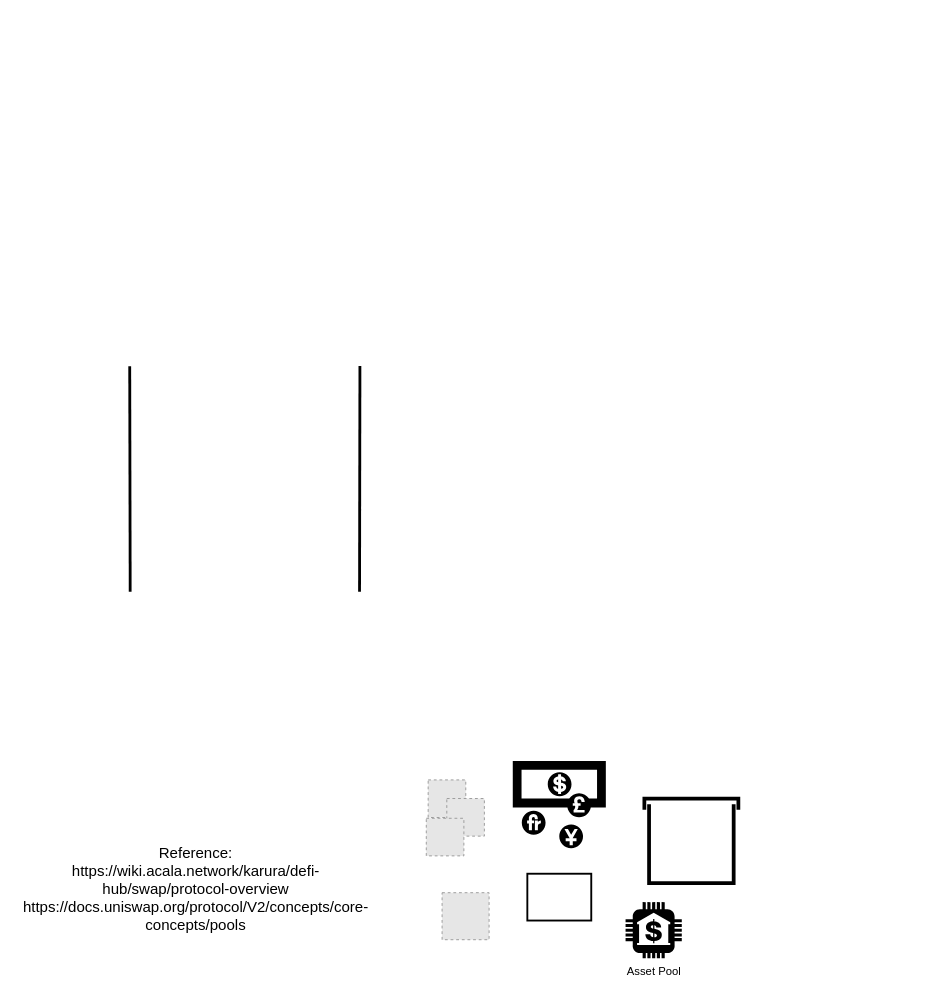
xujiahuayz/bondingcurves keeps this draw.io diagram as page "Page-1" (1 of 2) of assets/AMM mechanism.drawio. Above is the earlier version. Source tidied: cells renumbered, new cells numbered last; positions are measured from the earlier drawing's top-left corner, leaving out a move shared by most shapes. Both pictures are drawn from the tidied source at 94%, with x=0, y=0 at pixel (106, 366). Pictures stored in the file or linked from it are replaced by grey dashed boxes.
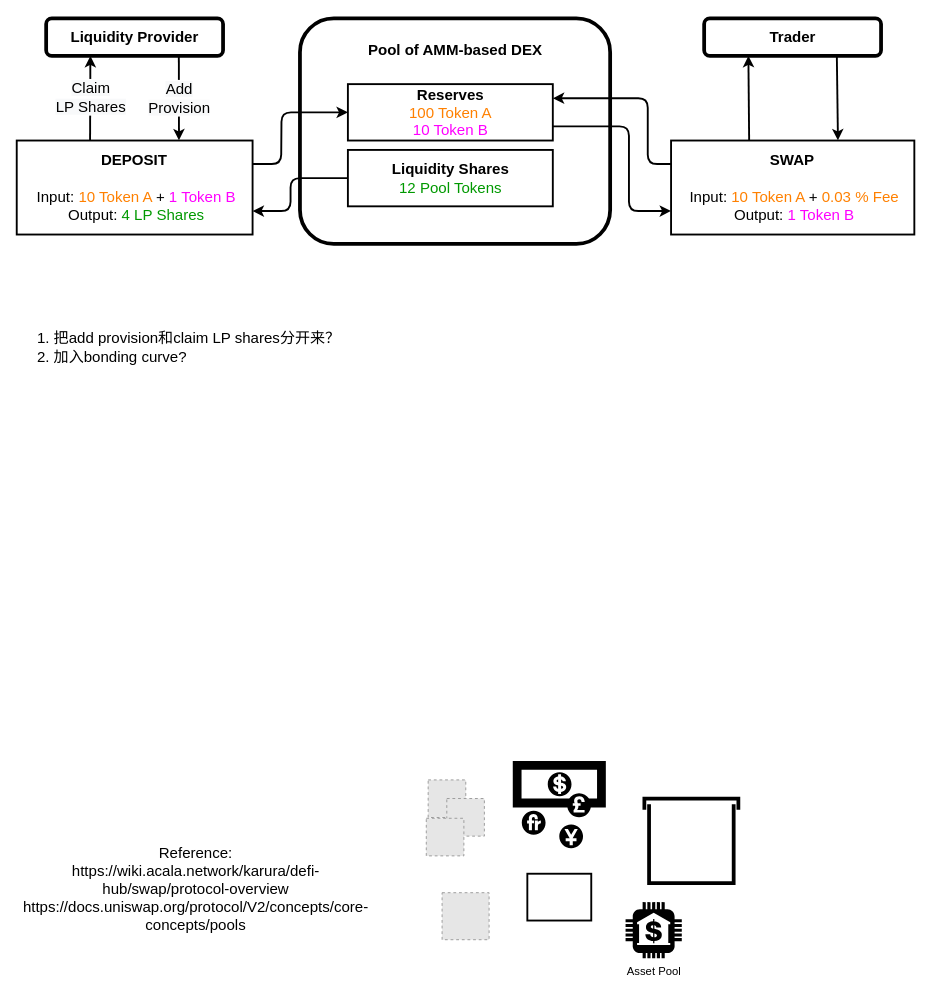
The same diagram, later.

The edit, as a diff of the source:
```diff
@@
-    <mxCell id="4" style="endArrow=none;html=1;rounded=0;strokeWidth=3;" parent="1" edge="1">
-      <mxGeometry relative="1" as="geometry">
-        <mxPoint x="25" y="240" as="sourcePoint" />
-        <mxPoint x="24.5" as="targetPoint" />
-      </mxGeometry>
-    </mxCell>
-    <mxCell id="5" style="endArrow=none;html=1;rounded=0;strokeWidth=3;" parent="1" edge="1">
-      <mxGeometry relative="1" as="geometry">
-        <mxPoint x="269" y="240" as="sourcePoint" />
-        <mxPoint x="269.4" y="-0.2" as="targetPoint" />
-      </mxGeometry>
-    </mxCell>
@@
+    <mxCell id="13" value="&lt;b&gt;Liquidity Provider&lt;/b&gt;" style="rounded=1;whiteSpace=wrap;html=1;shadow=0;fontSize=16;strokeWidth=4;fillColor=none;gradientColor=none;" parent="1" vertex="1">
+      <mxGeometry x="-64.4" y="-370" width="188.2" height="40" as="geometry" />
+    </mxCell>
+    <mxCell id="14" value="&lt;b&gt;Trader&lt;/b&gt;" style="rounded=1;whiteSpace=wrap;html=1;shadow=0;fontSize=16;strokeWidth=4;fillColor=none;gradientColor=none;" parent="1" vertex="1">
+      <mxGeometry x="635.6" y="-370" width="188.2" height="40" as="geometry" />
+    </mxCell>
+    <mxCell id="15" value="&lt;div&gt;&lt;b&gt;Pool of AMM-based DEX&lt;/b&gt;&lt;/div&gt;&lt;div&gt;&lt;b&gt;&lt;br&gt;&lt;/b&gt;&lt;/div&gt;&lt;div&gt;&lt;b&gt;&lt;br&gt;&lt;/b&gt;&lt;/div&gt;&lt;div&gt;&lt;b&gt;&lt;br&gt;&lt;/b&gt;&lt;/div&gt;&lt;div&gt;&lt;b&gt;&lt;br&gt;&lt;/b&gt;&lt;/div&gt;&lt;div&gt;&lt;b&gt;&lt;br&gt;&lt;/b&gt;&lt;/div&gt;&lt;div&gt;&lt;b&gt;&lt;br&gt;&lt;/b&gt;&lt;/div&gt;&lt;div&gt;&lt;b&gt;&lt;br&gt;&lt;/b&gt;&lt;/div&gt;&lt;div&gt;&lt;b&gt;&lt;br&gt;&lt;/b&gt;&lt;/div&gt;&lt;div&gt;&lt;br&gt;&lt;/div&gt;" style="rounded=1;whiteSpace=wrap;html=1;shadow=0;fontSize=16;strokeWidth=4;fillColor=none;gradientColor=none;align=center;" parent="1" vertex="1">
+      <mxGeometry x="205.6" y="-370" width="330" height="240" as="geometry" />
+    </mxCell>
+    <mxCell id="16" value="&lt;div&gt;&lt;b&gt;DEPOSIT&lt;/b&gt;&lt;/div&gt;&lt;div&gt;&lt;br&gt;&lt;/div&gt;&lt;span style=&quot;text-align: left&quot;&gt;&amp;nbsp;Input: &lt;font color=&quot;#ff8000&quot;&gt;10 Token A&lt;/font&gt;&lt;font color=&quot;#cc6600&quot;&gt; &lt;/font&gt;+ &lt;font color=&quot;#ff00ff&quot;&gt;1 Token B&lt;/font&gt;&lt;/span&gt;&lt;br style=&quot;text-align: left&quot;&gt;&lt;span style=&quot;text-align: left&quot;&gt;&amp;nbsp;Output: &lt;font color=&quot;#009900&quot;&gt;4 LP Shares&lt;/font&gt;&lt;/span&gt;" style="rounded=0;whiteSpace=wrap;html=1;shadow=0;fontSize=16;strokeWidth=2;fillColor=none;gradientColor=none;" parent="1" vertex="1">
+      <mxGeometry x="-95.7" y="-240" width="250.9" height="100" as="geometry" />
+    </mxCell>
+    <mxCell id="17" value="&lt;div&gt;&lt;b&gt;SWAP&lt;/b&gt;&lt;/div&gt;&lt;div&gt;&lt;br&gt;&lt;/div&gt;&lt;span style=&quot;text-align: left&quot;&gt;&amp;nbsp;Input: &lt;font color=&quot;#ff8000&quot;&gt;10 Token A&lt;/font&gt; + &lt;font color=&quot;#ff8000&quot;&gt;0.03 % Fee&lt;/font&gt;&lt;/span&gt;&lt;br style=&quot;text-align: left&quot;&gt;&lt;span style=&quot;text-align: left&quot;&gt;&amp;nbsp;Output: &lt;font color=&quot;#ff00ff&quot;&gt;1 Token B&lt;/font&gt;&lt;/span&gt;" style="rounded=0;whiteSpace=wrap;html=1;shadow=0;fontSize=16;strokeWidth=2;fillColor=none;gradientColor=none;" parent="1" vertex="1">
+      <mxGeometry x="600.4" y="-240" width="258.8" height="100" as="geometry" />
+    </mxCell>
+    <mxCell id="18" value="&lt;b&gt;Reserves&lt;/b&gt;&lt;br&gt;&lt;font color=&quot;#ff8000&quot;&gt;100 Token A&lt;/font&gt;&lt;br&gt;&lt;font color=&quot;#ff00ff&quot;&gt;10 Token B&lt;/font&gt;" style="rounded=0;whiteSpace=wrap;html=1;shadow=0;fontSize=16;strokeWidth=2;fillColor=none;gradientColor=none;" parent="1" vertex="1">
+      <mxGeometry x="256.6" y="-300" width="218" height="60" as="geometry" />
+    </mxCell>
+    <mxCell id="19" value="&lt;b&gt;Liquidity Shares&lt;/b&gt;&lt;br&gt;&lt;font color=&quot;#009900&quot;&gt;12 Pool Tokens&lt;/font&gt;" style="rounded=0;whiteSpace=wrap;html=1;shadow=0;fontSize=16;strokeWidth=2;fillColor=none;gradientColor=none;" parent="1" vertex="1">
+      <mxGeometry x="256.6" y="-230" width="218" height="60" as="geometry" />
+    </mxCell>
+    <mxCell id="20" style="endArrow=classic;html=1;rounded=0;fontSize=16;strokeWidth=2;entryX=0.25;entryY=1;entryDx=0;entryDy=0;exitX=0.321;exitY=-0.002;exitDx=0;exitDy=0;exitPerimeter=0;" parent="1" edge="1" source="17" target="14">
+      <mxGeometry relative="1" as="geometry" />
+    </mxCell>
+    <mxCell id="21" style="endArrow=classic;html=1;rounded=0;fontSize=16;strokeWidth=2;entryX=0.686;entryY=-0.002;entryDx=0;entryDy=0;exitX=0.75;exitY=1;exitDx=0;exitDy=0;entryPerimeter=0;" parent="1" edge="1" source="14" target="17">
+      <mxGeometry relative="1" as="geometry" />
+    </mxCell>
+    <mxCell id="22" style="endArrow=classic;html=1;fontSize=16;strokeWidth=2;exitX=0;exitY=0.25;exitDx=0;exitDy=0;entryX=1;entryY=0.25;entryDx=0;entryDy=0;strokeColor=default;rounded=1;" parent="1" edge="1" source="17" target="18">
+      <mxGeometry relative="1" as="geometry">
+        <Array as="points">
+          <mxPoint x="575.6" y="-215" />
+          <mxPoint x="575.6" y="-285" />
+        </Array>
+      </mxGeometry>
+    </mxCell>
+    <mxCell id="23" style="endArrow=classic;html=1;rounded=1;fontSize=16;strokeWidth=2;entryX=0;entryY=0.75;entryDx=0;entryDy=0;exitX=1;exitY=0.75;exitDx=0;exitDy=0;" parent="1" edge="1" source="18" target="17">
+      <mxGeometry relative="1" as="geometry">
+        <Array as="points">
+          <mxPoint x="555.6" y="-255" />
+          <mxPoint x="555.6" y="-165" />
+        </Array>
+      </mxGeometry>
+    </mxCell>
+    <mxCell id="24" style="endArrow=classic;html=1;rounded=0;fontSize=16;strokeWidth=2;entryX=0.25;entryY=1;entryDx=0;entryDy=0;exitX=0.311;exitY=-0.002;exitDx=0;exitDy=0;exitPerimeter=0;" parent="1" edge="1" source="16" target="13">
+      <mxGeometry relative="1" as="geometry" />
+    </mxCell>
+    <mxCell id="25" value="&lt;span style=&quot;color: rgb(0 , 0 , 0) ; text-align: left ; background-color: rgb(248 , 249 , 250)&quot;&gt;Claim&lt;br&gt;LP Shares&lt;/span&gt;" style="edgeLabel;html=1;align=center;verticalAlign=middle;fontSize=16;fontColor=#FF8000;" parent="24" vertex="1">
+      <mxGeometry x="0.16" y="-1" relative="1" as="geometry">
+        <mxPoint x="-1" y="6" as="offset" />
+      </mxGeometry>
+    </mxCell>
+    <mxCell id="26" value="&lt;span style=&quot;text-align: left ; background-color: rgb(248 , 249 , 250)&quot;&gt;Add&lt;br&gt;Provision&lt;/span&gt;" style="endArrow=classic;html=1;rounded=0;fontSize=16;strokeWidth=2;entryX=0.688;entryY=-0.002;entryDx=0;entryDy=0;exitX=0.75;exitY=1;exitDx=0;exitDy=0;entryPerimeter=0;" parent="1" edge="1" source="13" target="16">
+      <mxGeometry relative="1" as="geometry" />
+    </mxCell>
+    <mxCell id="27" style="endArrow=classic;html=1;rounded=1;fontSize=16;strokeWidth=2;entryX=0;entryY=0.5;entryDx=0;entryDy=0;exitX=1;exitY=0.25;exitDx=0;exitDy=0;" parent="1" edge="1" source="16" target="18">
+      <mxGeometry relative="1" as="geometry">
+        <Array as="points">
+          <mxPoint x="185.6" y="-215" />
+          <mxPoint x="186" y="-270" />
+        </Array>
+      </mxGeometry>
+    </mxCell>
+    <mxCell id="28" style="endArrow=classic;html=1;rounded=1;fontSize=16;strokeWidth=2;entryX=1;entryY=0.75;entryDx=0;entryDy=0;exitX=0;exitY=0.5;exitDx=0;exitDy=0;" parent="1" edge="1" source="19" target="16">
+      <mxGeometry relative="1" as="geometry">
+        <Array as="points">
+          <mxPoint x="195.6" y="-200" />
+          <mxPoint x="195.6" y="-165" />
+        </Array>
+      </mxGeometry>
+    </mxCell>
+    <mxCell id="29" value="&lt;div style=&quot;text-align: left&quot;&gt;&lt;span&gt;1. 把add provision和claim LP shares分开来？&lt;/span&gt;&lt;/div&gt;&lt;div style=&quot;text-align: left&quot;&gt;&lt;span&gt;2. 加入bonding curve?&lt;/span&gt;&lt;/div&gt;" style="text;html=1;align=center;verticalAlign=middle;strokeColor=none;fillColor=none;fontSize=16;" parent="1" vertex="1">
+      <mxGeometry x="-83.4" y="-40" width="340" height="40" as="geometry" />
+    </mxCell>
```
